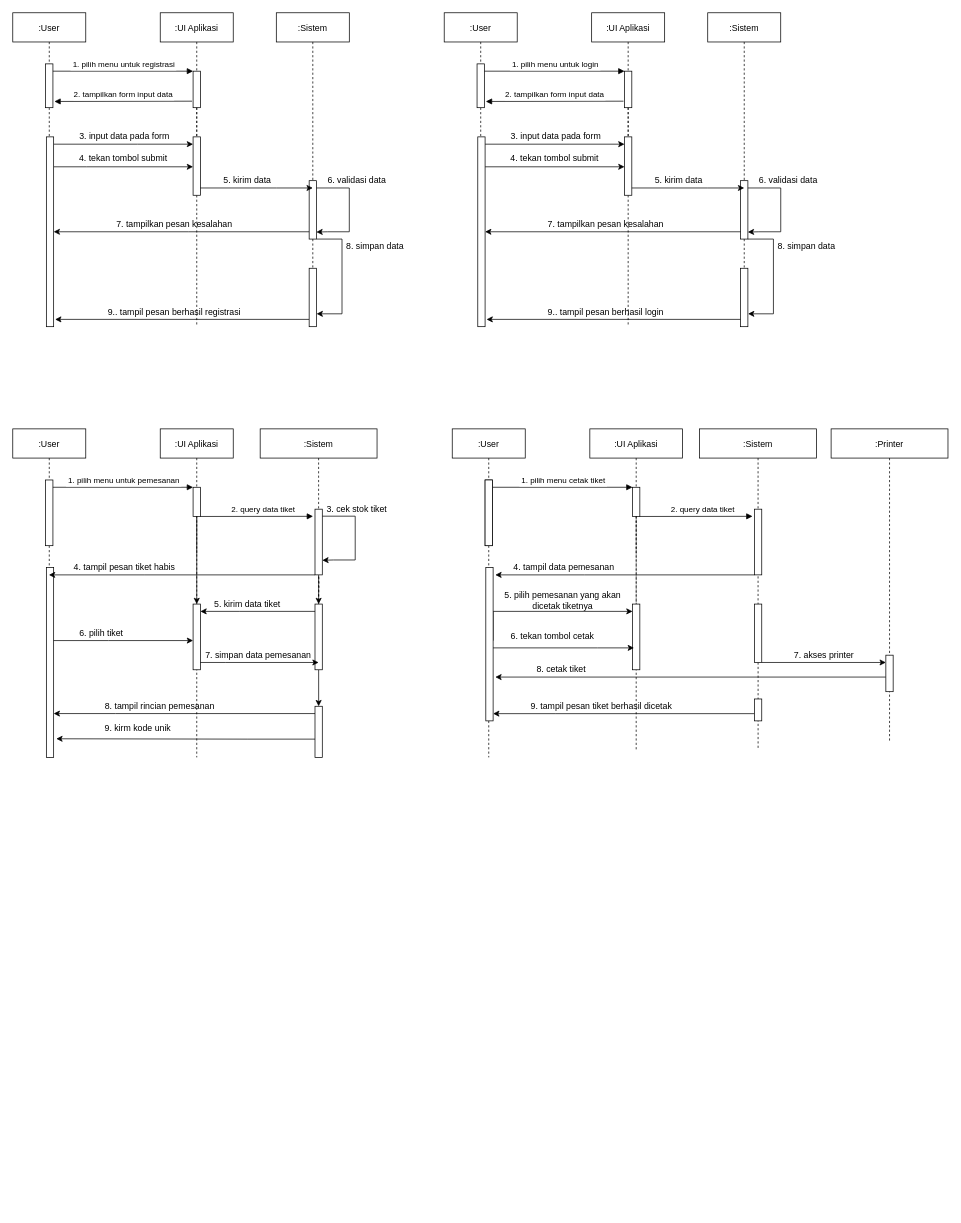
This is sequenceDiagram.drawio from ricky3knowhere/IF214002, a draw.io file, before an edit. Source tidied: cells renumbered, new cells numbered last; positions are measured from the earlier drawing's top-left corner, leaving out a move shared by most shapes. Both pictures are drawn from the tidied source at 73%, with x=0, y=0 at pixel (12, 12).
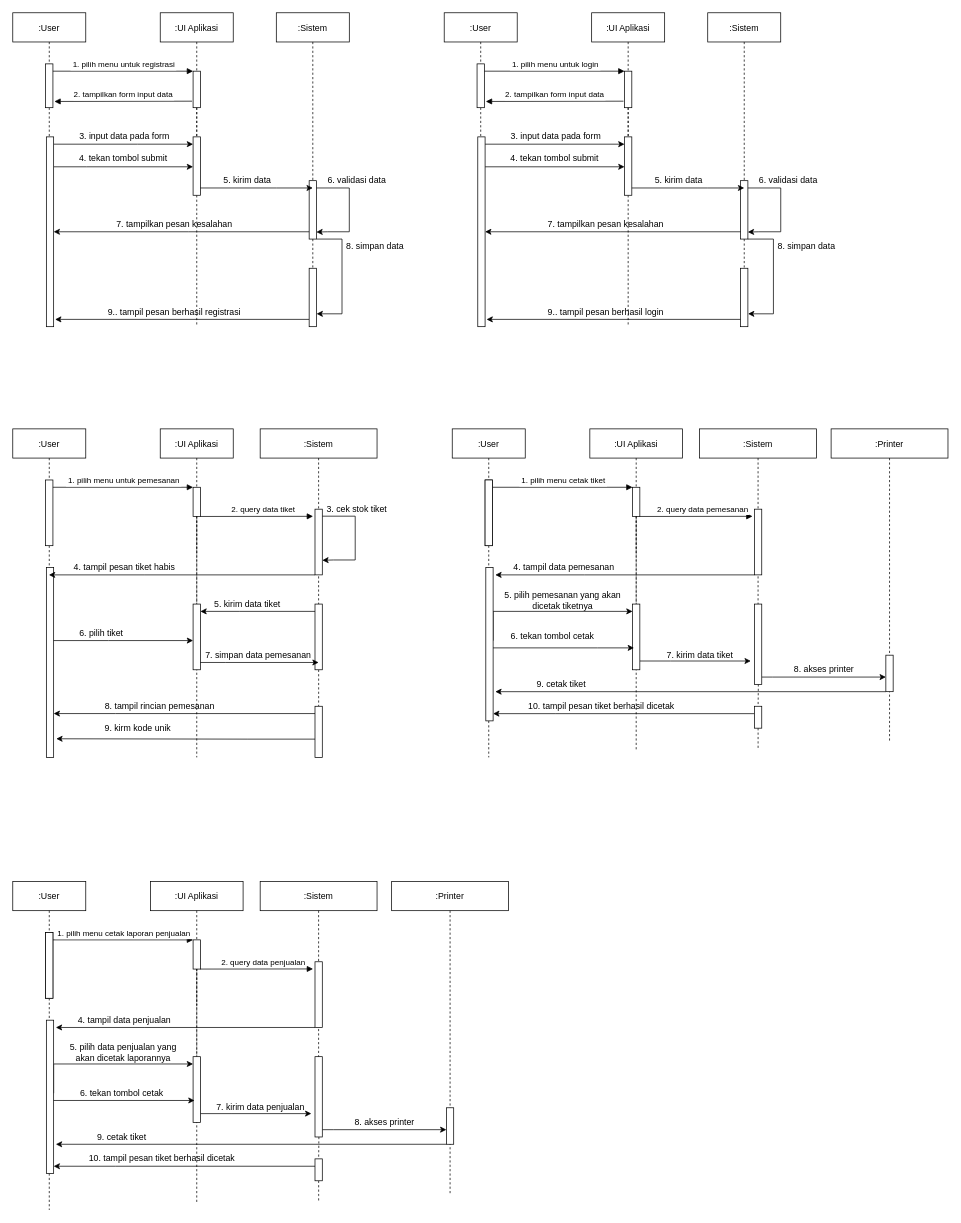
The same diagram, later.

The change refers to these unchanged cells:
```xml
<mxCell id="62" value=":UI Aplikasi" style="shape=umlLifeline;perimeter=lifelinePerimeter;rounded=0;shadow=0;strokeWidth=1;" parent="1" vertex="1">
  <mxGeometry x="202" y="570" width="100" height="450" as="geometry" />
</mxCell>
<mxCell id="63" style="points=[];perimeter=orthogonalPerimeter;rounded=0;shadow=0;strokeWidth=1;" parent="62" vertex="1">
  <mxGeometry x="45" y="80" width="10" height="40" as="geometry" />
</mxCell>
<mxCell id="65" style="points=[];perimeter=orthogonalPerimeter;rounded=0;shadow=0;strokeWidth=1;" parent="62" vertex="1">
  <mxGeometry x="45" y="240" width="10" height="90" as="geometry" />
</mxCell>
<mxCell id="74" style="points=[];perimeter=orthogonalPerimeter;rounded=0;shadow=0;strokeWidth=1;" parent="1" vertex="1">
  <mxGeometry x="414" y="680" width="10" height="90" as="geometry" />
</mxCell>
<mxCell id="79" style="points=[];perimeter=orthogonalPerimeter;rounded=0;shadow=0;strokeWidth=1;" parent="1" vertex="1">
  <mxGeometry x="414" y="810" width="10" height="90" as="geometry" />
</mxCell>
<mxCell id="87" style="points=[];perimeter=orthogonalPerimeter;rounded=0;shadow=0;strokeWidth=1;" parent="1" vertex="1">
  <mxGeometry x="414" y="950" width="10" height="70" as="geometry" />
</mxCell>
<mxCell id="93" style="points=[];perimeter=orthogonalPerimeter;rounded=0;shadow=0;strokeWidth=1;" parent="1" vertex="1">
  <mxGeometry x="849" y="810" width="10" height="90" as="geometry" />
</mxCell>
<mxCell id="100" style="points=[];perimeter=orthogonalPerimeter;rounded=0;shadow=0;strokeWidth=1;" parent="1" vertex="1">
  <mxGeometry x="1016" y="680" width="10" height="90" as="geometry" />
</mxCell>
<mxCell id="114" style="points=[];perimeter=orthogonalPerimeter;rounded=0;shadow=0;strokeWidth=1;" parent="1" vertex="1">
  <mxGeometry x="1196" y="880" width="10" height="50" as="geometry" />
</mxCell>
```

The edit, as a diff of the source:
```diff
@@
+    <mxCell id="118" style="edgeStyle=orthogonalEdgeStyle;rounded=0;jettySize=auto;html=1;endArrow=none;endFill=0;dashed=1;" parent="1" edge="1" target="115">
+      <mxGeometry relative="1" as="geometry">
+        <mxPoint x="1021" y="860" as="sourcePoint" />
+      </mxGeometry>
+    </mxCell>
-    <mxCell id="2" style="edgeStyle=orthogonalEdgeStyle;rounded=0;orthogonalLoop=1;jettySize=auto;html=1;endArrow=none;endFill=0;dashed=1;" parent="1" edge="1">
+    <mxCell id="2" style="edgeStyle=orthogonalEdgeStyle;rounded=0;jettySize=auto;html=1;endArrow=none;endFill=0;dashed=1;startArrow=none;" parent="1" edge="1" source="115">
       <mxGeometry relative="1" as="geometry">
-        <mxPoint x="1021" y="860" as="sourcePoint" />
         <mxPoint x="1021" y="1010" as="targetPoint" />
       </mxGeometry>
     </mxCell>
@@
-    <mxCell id="66" style="edgeStyle=orthogonalEdgeStyle;rounded=0;jettySize=auto;html=1;endArrow=classic;endFill=1;" parent="62" edge="1" source="63" target="65">
+    <mxCell id="66" style="edgeStyle=orthogonalEdgeStyle;rounded=0;jettySize=auto;html=1;endArrow=none;endFill=0;dashed=1;" parent="62" edge="1" source="63" target="65">
       <mxGeometry relative="1" as="geometry" />
     </mxCell>
@@
-    <mxCell id="72" style="edgeStyle=orthogonalEdgeStyle;rounded=0;jettySize=auto;html=1;dashed=1;endArrow=none;endFill=0;" parent="1" edge="1" target="74">
-      <mxGeometry relative="1" as="geometry">
-        <mxPoint x="419" y="800" as="sourcePoint" />
-      </mxGeometry>
-    </mxCell>
-    <mxCell id="73" style="edgeStyle=orthogonalEdgeStyle;rounded=0;jettySize=auto;html=1;endArrow=classic;endFill=1;" parent="1" edge="1" source="74" target="79">
-      <mxGeometry relative="1" as="geometry" />
-    </mxCell>
@@
-    <mxCell id="78" style="edgeStyle=orthogonalEdgeStyle;rounded=0;jettySize=auto;html=1;endArrow=classic;endFill=1;" parent="1" edge="1" source="79" target="87">
+    <mxCell id="78" style="edgeStyle=orthogonalEdgeStyle;rounded=0;jettySize=auto;html=1;endArrow=none;endFill=0;dashed=1;" parent="1" edge="1" source="79" target="87">
       <mxGeometry relative="1" as="geometry" />
     </mxCell>
@@
+    <mxCell id="119" style="edgeStyle=orthogonalEdgeStyle;rounded=0;jettySize=auto;html=1;endArrow=classic;endFill=1;" parent="1" edge="1" source="93">
+      <mxGeometry relative="1" as="geometry">
+        <mxPoint x="1011" y="888" as="targetPoint" />
+        <Array as="points">
+          <mxPoint x="901" y="888" />
+          <mxPoint x="901" y="888" />
+        </Array>
+      </mxGeometry>
+    </mxCell>
@@
-    <mxCell id="96" value="2. query data tiket" style="verticalAlign=bottom;endArrow=block;shadow=0;strokeWidth=1;entryX=-0.267;entryY=0.109;entryDx=0;entryDy=0;entryPerimeter=0;" parent="1" edge="1" target="100">
+    <mxCell id="96" value="2. query data pemesanan" style="verticalAlign=bottom;endArrow=block;shadow=0;strokeWidth=1;entryX=-0.267;entryY=0.109;entryDx=0;entryDy=0;entryPerimeter=0;" parent="1" edge="1" target="100">
       <mxGeometry x="0.13" relative="1" as="geometry">
         <mxPoint x="858.5" y="690" as="sourcePoint" />
       </mxGeometry>
     </mxCell>
@@
     <mxCell id="101" style="edgeStyle=orthogonalEdgeStyle;rounded=0;jettySize=auto;html=1;endArrow=classic;endFill=1;" parent="1" edge="1" source="102" target="114">
       <mxGeometry relative="1" as="geometry">
         <Array as="points">
-          <mxPoint x="1151" y="890" />
-          <mxPoint x="1151" y="890" />
+          <mxPoint x="1041" y="910" />
+          <mxPoint x="1041" y="910" />
         </Array>
       </mxGeometry>
     </mxCell>
     <mxCell id="102" style="points=[];perimeter=orthogonalPerimeter;rounded=0;shadow=0;strokeWidth=1;" parent="1" vertex="1">
-      <mxGeometry x="1016" y="810" width="10" height="80" as="geometry" />
+      <mxGeometry x="1016" y="810" width="10" height="110" as="geometry" />
     </mxCell>
@@
-    <mxCell id="105" value="7. akses printer" style="text;html=1;align=center;verticalAlign=middle;strokeColor=none;fillColor=none;" parent="1" vertex="1">
-      <mxGeometry x="1061" y="870" width="100" height="20" as="geometry" />
+    <mxCell id="105" value="8. akses printer" style="text;html=1;align=center;verticalAlign=middle;strokeColor=none;fillColor=none;" parent="1" vertex="1">
+      <mxGeometry x="1061" y="890" width="100" height="20" as="geometry" />
     </mxCell>
@@
     <mxCell id="113" style="edgeStyle=orthogonalEdgeStyle;rounded=0;jettySize=auto;html=1;endArrow=classic;endFill=1;" parent="1" edge="1" source="114">
       <mxGeometry relative="1" as="geometry">
-        <mxPoint x="661" y="910" as="targetPoint" />
+        <mxPoint x="661" y="930" as="targetPoint" />
         <Array as="points">
-          <mxPoint x="661" y="910" />
+          <mxPoint x="661" y="930" />
         </Array>
       </mxGeometry>
     </mxCell>
@@
-    <mxCell id="115" style="points=[];perimeter=orthogonalPerimeter;rounded=0;shadow=0;strokeWidth=1;" parent="1" vertex="1">
-      <mxGeometry x="1016" y="940" width="10" height="30" as="geometry" />
-    </mxCell>
-    <mxCell id="116" value="8. cetak tiket" style="text;html=1;align=center;verticalAlign=middle;strokeColor=none;fillColor=none;" parent="1" vertex="1">
-      <mxGeometry x="710.5" y="890" width="80" height="20" as="geometry" />
+    <mxCell id="116" value="9. cetak tiket" style="text;html=1;align=center;verticalAlign=middle;strokeColor=none;fillColor=none;" parent="1" vertex="1">
+      <mxGeometry x="710.5" y="910" width="80" height="20" as="geometry" />
     </mxCell>
-    <mxCell id="117" value="9. tampil pesan tiket berhasil dicetak" style="text;html=1;align=center;verticalAlign=middle;strokeColor=none;fillColor=none;" parent="1" vertex="1">
-      <mxGeometry x="701" y="940" width="210" height="20" as="geometry" />
+    <mxCell id="117" value="10. tampil pesan tiket berhasil dicetak" style="text;html=1;align=center;verticalAlign=middle;strokeColor=none;fillColor=none;" parent="1" vertex="1">
+      <mxGeometry x="696" y="940" width="220" height="20" as="geometry" />
     </mxCell>
+    <mxCell id="120" value="7. kirim data tiket" style="text;html=1;align=center;verticalAlign=middle;strokeColor=none;fillColor=none;" parent="1" vertex="1">
+      <mxGeometry x="886" y="870" width="110" height="20" as="geometry" />
+    </mxCell>
+    <mxCell id="115" style="points=[];perimeter=orthogonalPerimeter;rounded=0;shadow=0;strokeWidth=1;" parent="1" vertex="1">
+      <mxGeometry x="1016" y="950" width="10" height="30" as="geometry" />
+    </mxCell>
+    <mxCell id="121" style="edgeStyle=orthogonalEdgeStyle;rounded=0;jettySize=auto;html=1;endArrow=none;endFill=0;dashed=1;" parent="1" edge="1" target="154">
+      <mxGeometry relative="1" as="geometry">
+        <mxPoint x="419" y="1480" as="sourcePoint" />
+      </mxGeometry>
+    </mxCell>
+    <mxCell id="122" style="edgeStyle=orthogonalEdgeStyle;rounded=0;jettySize=auto;html=1;endArrow=none;endFill=0;dashed=1;startArrow=none;" parent="1" edge="1" source="154">
+      <mxGeometry relative="1" as="geometry">
+        <mxPoint x="419" y="1630" as="targetPoint" />
+      </mxGeometry>
+    </mxCell>
+    <mxCell id="123" value=":UI Aplikasi" style="shape=umlLifeline;perimeter=lifelinePerimeter;rounded=0;shadow=0;strokeWidth=1;" parent="1" vertex="1">
+      <mxGeometry x="188.5" y="1190" width="127" height="440" as="geometry" />
+    </mxCell>
+    <mxCell id="124" style="edgeStyle=orthogonalEdgeStyle;rounded=0;orthogonalLoop=1;jettySize=auto;html=1;endArrow=classic;endFill=1;" parent="123" edge="1">
+      <mxGeometry relative="1" as="geometry">
+        <mxPoint x="50" y="240" as="targetPoint" />
+      </mxGeometry>
+    </mxCell>
+    <mxCell id="125" style="points=[];perimeter=orthogonalPerimeter;rounded=0;shadow=0;strokeWidth=1;" parent="1" vertex="1">
+      <mxGeometry x="45" y="1260" width="10" height="90" as="geometry" />
+    </mxCell>
+    <mxCell id="126" style="points=[];perimeter=orthogonalPerimeter;rounded=0;shadow=0;strokeWidth=1;" parent="1" vertex="1">
+      <mxGeometry x="247" y="1270" width="10" height="40" as="geometry" />
+    </mxCell>
+    <mxCell id="127" style="edgeStyle=orthogonalEdgeStyle;rounded=0;jettySize=auto;html=1;dashed=1;endArrow=none;endFill=0;" parent="1" edge="1" source="126">
+      <mxGeometry relative="1" as="geometry">
+        <mxPoint x="252" y="1360" as="targetPoint" />
+      </mxGeometry>
+    </mxCell>
+    <mxCell id="128" style="edgeStyle=orthogonalEdgeStyle;rounded=0;jettySize=auto;html=1;endArrow=classic;endFill=1;" parent="1" edge="1" source="129">
+      <mxGeometry relative="1" as="geometry">
+        <mxPoint x="409" y="1508" as="targetPoint" />
+        <Array as="points">
+          <mxPoint x="299" y="1508" />
+          <mxPoint x="299" y="1508" />
+        </Array>
+      </mxGeometry>
+    </mxCell>
+    <mxCell id="129" style="points=[];perimeter=orthogonalPerimeter;rounded=0;shadow=0;strokeWidth=1;" parent="1" vertex="1">
+      <mxGeometry x="247" y="1430" width="10" height="90" as="geometry" />
+    </mxCell>
+    <mxCell id="130" style="edgeStyle=orthogonalEdgeStyle;rounded=0;jettySize=auto;html=1;endArrow=none;endFill=0;dashed=1;" parent="1" edge="1" source="126" target="129">
+      <mxGeometry relative="1" as="geometry" />
+    </mxCell>
+    <mxCell id="131" value=" 1. pilih menu cetak laporan penjualan" style="verticalAlign=bottom;endArrow=block;entryX=0;entryY=0;shadow=0;strokeWidth=1;" parent="1" edge="1" source="125" target="126">
+      <mxGeometry relative="1" as="geometry" />
+    </mxCell>
+    <mxCell id="132" value="2. query data penjualan" style="verticalAlign=bottom;endArrow=block;shadow=0;strokeWidth=1;entryX=-0.267;entryY=0.109;entryDx=0;entryDy=0;entryPerimeter=0;" parent="1" edge="1" target="136">
+      <mxGeometry x="0.13" relative="1" as="geometry">
+        <mxPoint x="256.5" y="1310" as="sourcePoint" />
+      </mxGeometry>
+    </mxCell>
+    <mxCell id="133" value=":Sistem" style="shape=umlLifeline;perimeter=lifelinePerimeter;rounded=0;shadow=0;strokeWidth=1;" parent="1" vertex="1">
+      <mxGeometry x="338.9" y="1190" width="160.1" height="310" as="geometry" />
+    </mxCell>
+    <mxCell id="134" value="&amp;nbsp;4. tampil data penjualan" style="text;html=1;align=center;verticalAlign=middle;strokeColor=none;fillColor=none;" parent="1" vertex="1">
+      <mxGeometry x="76" y="1370" width="150" height="20" as="geometry" />
+    </mxCell>
+    <mxCell id="135" style="edgeStyle=orthogonalEdgeStyle;rounded=0;jettySize=auto;html=1;endArrow=classic;endFill=1;" parent="1" edge="1" source="136">
+      <mxGeometry relative="1" as="geometry">
+        <mxPoint x="59" y="1390" as="targetPoint" />
+        <Array as="points">
+          <mxPoint x="181" y="1390" />
+          <mxPoint x="181" y="1390" />
+        </Array>
+      </mxGeometry>
+    </mxCell>
+    <mxCell id="136" style="points=[];perimeter=orthogonalPerimeter;rounded=0;shadow=0;strokeWidth=1;" parent="1" vertex="1">
+      <mxGeometry x="414" y="1300" width="10" height="90" as="geometry" />
+    </mxCell>
+    <mxCell id="137" style="edgeStyle=orthogonalEdgeStyle;rounded=0;jettySize=auto;html=1;endArrow=classic;endFill=1;" parent="1" edge="1" source="138" target="150">
+      <mxGeometry relative="1" as="geometry">
+        <Array as="points">
+          <mxPoint x="439" y="1530" />
+          <mxPoint x="439" y="1530" />
+        </Array>
+      </mxGeometry>
+    </mxCell>
+    <mxCell id="138" style="points=[];perimeter=orthogonalPerimeter;rounded=0;shadow=0;strokeWidth=1;" parent="1" vertex="1">
+      <mxGeometry x="414" y="1430" width="10" height="110" as="geometry" />
+    </mxCell>
+    <mxCell id="139" style="edgeStyle=orthogonalEdgeStyle;rounded=0;jettySize=auto;html=1;endArrow=classic;endFill=1;" parent="1" edge="1" target="129">
+      <mxGeometry relative="1" as="geometry">
+        <mxPoint x="56" y="1480.1" as="sourcePoint" />
+        <Array as="points">
+          <mxPoint x="56" y="1440" />
+        </Array>
+      </mxGeometry>
+    </mxCell>
+    <mxCell id="140" value="&lt;div&gt;5. pilih data penjualan yang&lt;/div&gt;&lt;div&gt;akan dicetak laporannya&lt;br&gt;&lt;/div&gt;" style="text;html=1;align=center;verticalAlign=middle;strokeColor=none;fillColor=none;" parent="1" vertex="1">
+      <mxGeometry x="71" y="1410" width="160" height="30" as="geometry" />
+    </mxCell>
+    <mxCell id="141" value="8. akses printer" style="text;html=1;align=center;verticalAlign=middle;strokeColor=none;fillColor=none;" parent="1" vertex="1">
+      <mxGeometry x="459" y="1510" width="100" height="20" as="geometry" />
+    </mxCell>
+    <mxCell id="142" style="edgeStyle=orthogonalEdgeStyle;rounded=0;orthogonalLoop=1;jettySize=auto;html=1;endArrow=classic;endFill=1;" parent="1" edge="1">
+      <mxGeometry relative="1" as="geometry">
+        <mxPoint x="414" y="1580.1" as="sourcePoint" />
+        <mxPoint x="56" y="1580.1" as="targetPoint" />
+        <Array as="points">
+          <mxPoint x="141" y="1580" />
+          <mxPoint x="141" y="1580" />
+        </Array>
+      </mxGeometry>
+    </mxCell>
+    <mxCell id="143" value=":User" style="shape=umlLifeline;perimeter=lifelinePerimeter;rounded=0;shadow=0;strokeWidth=1;" parent="1" vertex="1">
+      <mxGeometry y="1190" width="100" height="450" as="geometry" />
+    </mxCell>
+    <mxCell id="144" style="perimeter=orthogonalPerimeter;rounded=0;shadow=0;strokeWidth=1;" parent="143" vertex="1">
+      <mxGeometry x="45" y="70" width="10" height="90" as="geometry" />
+    </mxCell>
+    <mxCell id="145" style="points=[];perimeter=orthogonalPerimeter;rounded=0;shadow=0;strokeWidth=1;" parent="143" vertex="1">
+      <mxGeometry x="46" y="190" width="10" height="210" as="geometry" />
+    </mxCell>
+    <mxCell id="146" style="edgeStyle=orthogonalEdgeStyle;rounded=0;jettySize=auto;html=1;endArrow=classic;endFill=1;" parent="1" edge="1" source="145">
+      <mxGeometry relative="1" as="geometry">
+        <mxPoint x="249" y="1490" as="targetPoint" />
+        <Array as="points">
+          <mxPoint x="199" y="1490" />
+          <mxPoint x="199" y="1490" />
+        </Array>
+      </mxGeometry>
+    </mxCell>
+    <mxCell id="147" value="6. tekan tombol cetak" style="text;html=1;align=center;verticalAlign=middle;strokeColor=none;fillColor=none;" parent="1" vertex="1">
+      <mxGeometry x="83.5" y="1470" width="130" height="20" as="geometry" />
+    </mxCell>
+    <mxCell id="148" value=":Printer" style="shape=umlLifeline;perimeter=lifelinePerimeter;rounded=0;shadow=0;strokeWidth=1;" parent="1" vertex="1">
+      <mxGeometry x="519" y="1190" width="160.1" height="430" as="geometry" />
+    </mxCell>
+    <mxCell id="149" style="edgeStyle=orthogonalEdgeStyle;rounded=0;jettySize=auto;html=1;endArrow=classic;endFill=1;" parent="1" edge="1" source="150">
+      <mxGeometry relative="1" as="geometry">
+        <mxPoint x="59" y="1550" as="targetPoint" />
+        <Array as="points">
+          <mxPoint x="59" y="1550" />
+        </Array>
+      </mxGeometry>
+    </mxCell>
+    <mxCell id="150" style="points=[];perimeter=orthogonalPerimeter;rounded=0;shadow=0;strokeWidth=1;" parent="1" vertex="1">
+      <mxGeometry x="594" y="1500" width="10" height="50" as="geometry" />
+    </mxCell>
+    <mxCell id="151" value="9. cetak tiket" style="text;html=1;align=center;verticalAlign=middle;strokeColor=none;fillColor=none;" parent="1" vertex="1">
+      <mxGeometry x="108.5" y="1530" width="80" height="20" as="geometry" />
+    </mxCell>
+    <mxCell id="152" value="10. tampil pesan tiket berhasil dicetak" style="text;html=1;align=center;verticalAlign=middle;strokeColor=none;fillColor=none;" parent="1" vertex="1">
+      <mxGeometry x="94" y="1560" width="220" height="20" as="geometry" />
+    </mxCell>
+    <mxCell id="153" value="7. kirim data penjualan" style="text;html=1;align=center;verticalAlign=middle;strokeColor=none;fillColor=none;" parent="1" vertex="1">
+      <mxGeometry x="269" y="1490" width="140" height="20" as="geometry" />
+    </mxCell>
+    <mxCell id="154" style="points=[];perimeter=orthogonalPerimeter;rounded=0;shadow=0;strokeWidth=1;" parent="1" vertex="1">
+      <mxGeometry x="414" y="1570" width="10" height="30" as="geometry" />
+    </mxCell>
```
